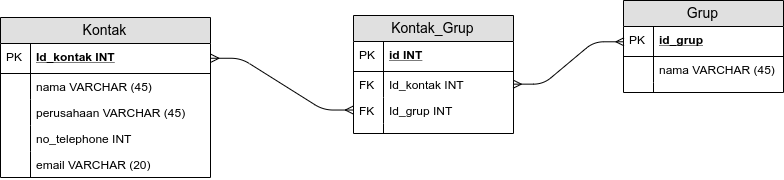
Before: address_book_schema.png, a diagram exported from draw.io (infinite-fox-2019/schema-address-book). Source tidied: cells renumbered, new cells last; positions are measured from the earlier drawing's top-left corner, leaving out a move shared by most shapes. Its diagram source:
```xml
<mxGraphModel>
  <root>
    <mxCell id="0" />
    <mxCell id="1" parent="0" />
    <mxCell id="2" value="Kontak" style="swimlane;fontStyle=0;horizontal=1;startSize=26;fillColor=#e0e0e0;swimlaneFillColor=#ffffff;align=center;fontSize=14;" parent="1" vertex="1">
      <mxGeometry y="2" width="210" height="160" as="geometry" />
    </mxCell>
    <mxCell id="3" value="Id_kontak INT" style="shape=partialRectangle;top=0;left=0;right=0;bottom=1;align=left;verticalAlign=middle;fillColor=none;spacingLeft=34;spacingRight=4;overflow=hidden;points=[[0,0.5],[1,0.5]];portConstraint=eastwest;fontStyle=5;fontSize=12;" parent="2" vertex="1">
      <mxGeometry y="26" width="210" height="30" as="geometry" />
    </mxCell>
    <mxCell id="4" value="PK" style="shape=partialRectangle;top=0;left=0;bottom=0;fillColor=none;align=left;verticalAlign=middle;spacingLeft=4;spacingRight=4;overflow=hidden;fontSize=12;" parent="3" vertex="1">
      <mxGeometry width="30" height="30" as="geometry" />
    </mxCell>
    <mxCell id="5" value="nama VARCHAR (45)" style="shape=partialRectangle;top=0;left=0;right=0;bottom=0;align=left;verticalAlign=top;fillColor=none;spacingLeft=34;spacingRight=4;overflow=hidden;fontSize=12;" parent="2" vertex="1">
      <mxGeometry y="56" width="210" height="26" as="geometry" />
    </mxCell>
    <mxCell id="6" style="shape=partialRectangle;top=0;left=0;bottom=0;fillColor=none;align=left;verticalAlign=top;spacingLeft=4;spacingRight=4;overflow=hidden;fontSize=12;" parent="5" vertex="1">
      <mxGeometry width="30" height="26" as="geometry" />
    </mxCell>
    <mxCell id="7" value="perusahaan VARCHAR (45)" style="shape=partialRectangle;top=0;left=0;right=0;bottom=0;align=left;verticalAlign=top;fillColor=none;spacingLeft=34;spacingRight=4;overflow=hidden;fontSize=12;" parent="2" vertex="1">
      <mxGeometry y="82" width="210" height="26" as="geometry" />
    </mxCell>
    <mxCell id="8" style="shape=partialRectangle;top=0;left=0;bottom=0;fillColor=none;align=left;verticalAlign=top;spacingLeft=4;spacingRight=4;overflow=hidden;fontSize=12;" parent="7" vertex="1">
      <mxGeometry width="30" height="26" as="geometry" />
    </mxCell>
    <mxCell id="9" value="no_telephone INT" style="shape=partialRectangle;top=0;left=0;right=0;bottom=0;align=left;verticalAlign=top;fillColor=none;spacingLeft=34;spacingRight=4;overflow=hidden;fontSize=12;" parent="2" vertex="1">
      <mxGeometry y="108" width="210" height="26" as="geometry" />
    </mxCell>
    <mxCell id="10" style="shape=partialRectangle;top=0;left=0;bottom=0;fillColor=none;align=left;verticalAlign=top;spacingLeft=4;spacingRight=4;overflow=hidden;fontSize=12;" parent="9" vertex="1">
      <mxGeometry width="30" height="26" as="geometry" />
    </mxCell>
    <mxCell id="11" value="email VARCHAR (20)" style="shape=partialRectangle;top=0;left=0;right=0;bottom=0;align=left;verticalAlign=top;fillColor=none;spacingLeft=34;spacingRight=4;overflow=hidden;fontSize=12;" parent="2" vertex="1">
      <mxGeometry y="134" width="210" height="26" as="geometry" />
    </mxCell>
    <mxCell id="12" style="shape=partialRectangle;top=0;left=0;bottom=0;fillColor=none;align=left;verticalAlign=top;spacingLeft=4;spacingRight=4;overflow=hidden;fontSize=12;" parent="11" vertex="1">
      <mxGeometry width="30" height="26" as="geometry" />
    </mxCell>
    <mxCell id="13" value="Grup" style="swimlane;fontStyle=0;horizontal=1;startSize=26;fillColor=#e0e0e0;swimlaneFillColor=#ffffff;align=center;fontSize=14;" parent="1" vertex="1">
      <mxGeometry x="640" y="2" width="160" height="92" as="geometry" />
    </mxCell>
    <mxCell id="14" value="id_grup" style="shape=partialRectangle;top=0;left=0;right=0;bottom=1;align=left;verticalAlign=middle;fillColor=none;spacingLeft=34;spacingRight=4;overflow=hidden;points=[[0,0.5],[1,0.5]];portConstraint=eastwest;fontStyle=5;fontSize=12;" parent="13" vertex="1">
      <mxGeometry y="26" width="160" height="30" as="geometry" />
    </mxCell>
    <mxCell id="15" value="PK" style="shape=partialRectangle;top=0;left=0;bottom=0;fillColor=none;align=left;verticalAlign=middle;spacingLeft=4;spacingRight=4;overflow=hidden;fontSize=12;" parent="14" vertex="1">
      <mxGeometry width="30" height="30" as="geometry" />
    </mxCell>
    <mxCell id="16" value="nama VARCHAR (45)" style="shape=partialRectangle;top=0;left=0;right=0;bottom=0;align=left;verticalAlign=top;fillColor=none;spacingLeft=34;spacingRight=4;overflow=hidden;fontSize=12;" parent="13" vertex="1">
      <mxGeometry y="56" width="160" height="26" as="geometry" />
    </mxCell>
    <mxCell id="17" style="shape=partialRectangle;top=0;left=0;bottom=0;fillColor=none;align=left;verticalAlign=top;spacingLeft=4;spacingRight=4;overflow=hidden;fontSize=12;" parent="16" vertex="1">
      <mxGeometry width="30" height="26" as="geometry" />
    </mxCell>
    <mxCell id="18" style="shape=partialRectangle;top=0;left=0;right=0;bottom=0;align=left;verticalAlign=top;fillColor=none;spacingLeft=34;spacingRight=4;overflow=hidden;fontSize=12;" parent="13" vertex="1">
      <mxGeometry y="82" width="160" height="10" as="geometry" />
    </mxCell>
    <mxCell id="19" style="shape=partialRectangle;top=0;left=0;bottom=0;fillColor=none;align=left;verticalAlign=top;spacingLeft=4;spacingRight=4;overflow=hidden;fontSize=12;" parent="18" vertex="1">
      <mxGeometry width="30" height="10" as="geometry" />
    </mxCell>
    <mxCell id="20" value="Kontak_Grup" style="swimlane;fontStyle=0;horizontal=1;startSize=26;fillColor=#e0e0e0;swimlaneFillColor=#ffffff;align=center;fontSize=14;" parent="1" vertex="1">
      <mxGeometry x="353" width="160" height="118" as="geometry" />
    </mxCell>
    <mxCell id="21" value="id INT" style="shape=partialRectangle;top=0;left=0;right=0;bottom=1;align=left;verticalAlign=middle;fillColor=none;spacingLeft=34;spacingRight=4;overflow=hidden;fontStyle=5;fontSize=12;" parent="20" vertex="1">
      <mxGeometry y="26" width="160" height="30" as="geometry" />
    </mxCell>
    <mxCell id="22" value="PK" style="shape=partialRectangle;top=0;left=0;bottom=0;fillColor=none;align=left;verticalAlign=middle;spacingLeft=4;spacingRight=4;overflow=hidden;fontSize=12;" parent="21" vertex="1">
      <mxGeometry width="30" height="30" as="geometry" />
    </mxCell>
    <mxCell id="23" value="Id_kontak INT" style="shape=partialRectangle;top=0;left=0;right=0;bottom=0;align=left;verticalAlign=top;fillColor=none;spacingLeft=34;spacingRight=4;overflow=hidden;points=[[0,0.5],[1,0.5]];portConstraint=eastwest;fontSize=12;" parent="20" vertex="1">
      <mxGeometry y="56" width="160" height="26" as="geometry" />
    </mxCell>
    <mxCell id="24" value="FK" style="shape=partialRectangle;top=0;left=0;bottom=0;fillColor=none;align=left;verticalAlign=top;spacingLeft=4;spacingRight=4;overflow=hidden;fontSize=12;" parent="23" vertex="1">
      <mxGeometry width="30" height="26" as="geometry" />
    </mxCell>
    <mxCell id="25" value="Id_grup INT" style="shape=partialRectangle;top=0;left=0;right=0;bottom=0;align=left;verticalAlign=top;fillColor=none;spacingLeft=34;spacingRight=4;overflow=hidden;points=[[0,0.5],[1,0.5]];portConstraint=eastwest;fontSize=12;" parent="20" vertex="1">
      <mxGeometry y="82" width="160" height="26" as="geometry" />
    </mxCell>
    <mxCell id="26" value="FK" style="shape=partialRectangle;top=0;left=0;bottom=0;fillColor=none;align=left;verticalAlign=top;spacingLeft=4;spacingRight=4;overflow=hidden;fontSize=12;" parent="25" vertex="1">
      <mxGeometry width="30" height="26" as="geometry" />
    </mxCell>
    <mxCell id="27" style="shape=partialRectangle;top=0;left=0;right=0;bottom=0;align=left;verticalAlign=top;fillColor=none;spacingLeft=34;spacingRight=4;overflow=hidden;fontSize=12;" parent="20" vertex="1">
      <mxGeometry y="108" width="160" height="10" as="geometry" />
    </mxCell>
    <mxCell id="28" style="shape=partialRectangle;top=0;left=0;bottom=0;fillColor=none;align=left;verticalAlign=top;spacingLeft=4;spacingRight=4;overflow=hidden;fontSize=12;" parent="27" vertex="1">
      <mxGeometry width="30" height="10" as="geometry" />
    </mxCell>
    <mxCell id="29" style="edgeStyle=entityRelationEdgeStyle;fontSize=12;html=1;endArrow=ERmany;startArrow=ERmany;entryX=0;entryY=0.5;entryDx=0;entryDy=0;exitX=1;exitY=0.5;exitDx=0;exitDy=0;" parent="1" edge="1" source="3" target="25">
      <mxGeometry relative="1" as="geometry" />
    </mxCell>
    <mxCell id="30" style="edgeStyle=entityRelationEdgeStyle;fontSize=12;html=1;endArrow=ERmany;startArrow=ERmany;entryX=0;entryY=0.5;entryDx=0;entryDy=0;exitX=1;exitY=0.5;exitDx=0;exitDy=0;" parent="1" edge="1" source="23" target="14">
      <mxGeometry relative="1" as="geometry" />
    </mxCell>
  </root>
</mxGraphModel>
```
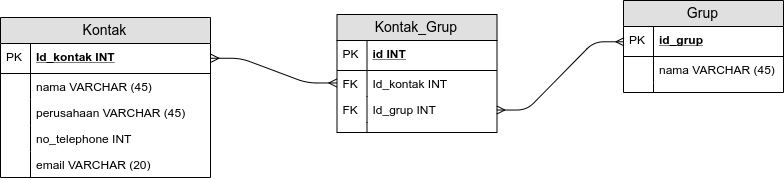
After the change.

Diff of the diagram source:
```diff
@@ -57,7 +57,7 @@
       <mxGeometry width="30" height="10" as="geometry" />
     </mxCell>
     <mxCell id="20" value="Kontak_Grup" style="swimlane;fontStyle=0;horizontal=1;startSize=26;fillColor=#e0e0e0;swimlaneFillColor=#ffffff;align=center;fontSize=14;" parent="1" vertex="1">
-      <mxGeometry x="353" width="160" height="118" as="geometry" />
+      <mxGeometry x="353.5" y="16" width="160" height="118" as="geometry" />
     </mxCell>
     <mxCell id="21" value="id INT" style="shape=partialRectangle;top=0;left=0;right=0;bottom=1;align=left;verticalAlign=middle;fillColor=none;spacingLeft=34;spacingRight=4;overflow=hidden;fontStyle=5;fontSize=12;" parent="20" vertex="1">
       <mxGeometry y="26" width="160" height="30" as="geometry" />
@@ -83,11 +83,11 @@
     <mxCell id="28" style="shape=partialRectangle;top=0;left=0;bottom=0;fillColor=none;align=left;verticalAlign=top;spacingLeft=4;spacingRight=4;overflow=hidden;fontSize=12;" parent="27" vertex="1">
       <mxGeometry width="30" height="10" as="geometry" />
     </mxCell>
-    <mxCell id="29" style="edgeStyle=entityRelationEdgeStyle;fontSize=12;html=1;endArrow=ERmany;startArrow=ERmany;entryX=0;entryY=0.5;entryDx=0;entryDy=0;exitX=1;exitY=0.5;exitDx=0;exitDy=0;" parent="1" edge="1" source="3" target="25">
+    <mxCell id="29" style="edgeStyle=entityRelationEdgeStyle;fontSize=12;html=1;endArrow=ERmany;startArrow=ERmany;entryX=0;entryY=0.5;entryDx=0;entryDy=0;exitX=1;exitY=0.5;exitDx=0;exitDy=0;" parent="1" edge="1" source="3" target="23">
       <mxGeometry relative="1" as="geometry" />
     </mxCell>
-    <mxCell id="30" style="edgeStyle=entityRelationEdgeStyle;fontSize=12;html=1;endArrow=ERmany;startArrow=ERmany;entryX=0;entryY=0.5;entryDx=0;entryDy=0;exitX=1;exitY=0.5;exitDx=0;exitDy=0;" parent="1" edge="1" source="23" target="14">
-      <mxGeometry relative="1" as="geometry" />
-    </mxCell>
+    <mxCell id="31" style="edgeStyle=entityRelationEdgeStyle;fontSize=12;html=1;endArrow=ERmany;startArrow=ERmany;entryX=0;entryY=0.5;entryDx=0;entryDy=0;exitX=1;exitY=0.5;exitDx=0;exitDy=0;" parent="1" edge="1" source="25" target="14">
+      <mxGeometry relative="1" as="geometry" />
+    </mxCell>
   </root>
 </mxGraphModel>
```
